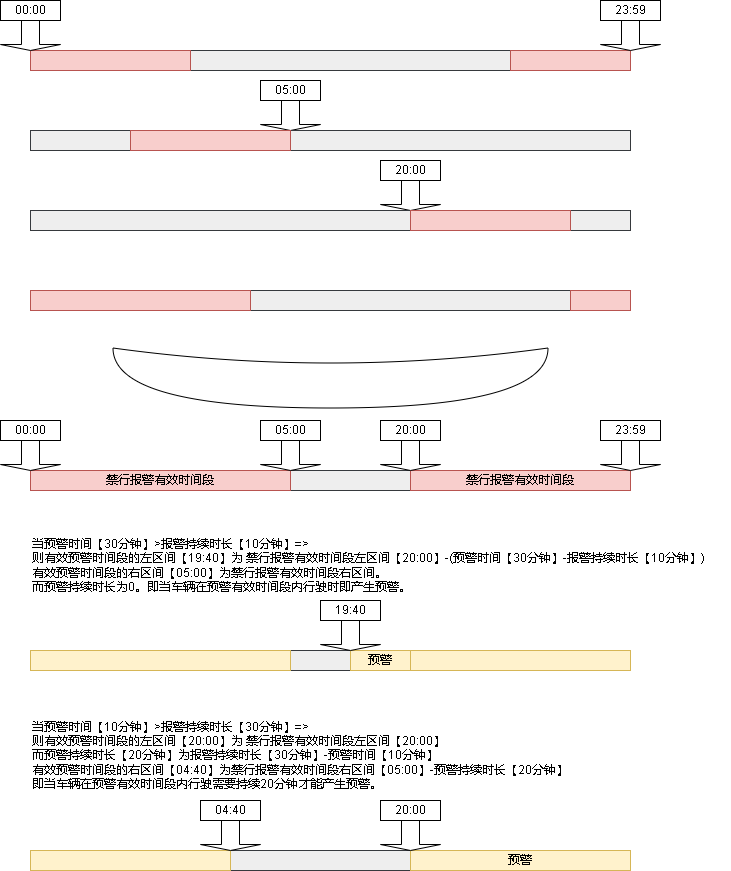
Above: 禁行.drawio.png in xktder/draw (draw.io), before the change. Source tidied: cells renumbered, new cells last; positions are measured from the earlier drawing's top-left corner, leaving out a move shared by most shapes.
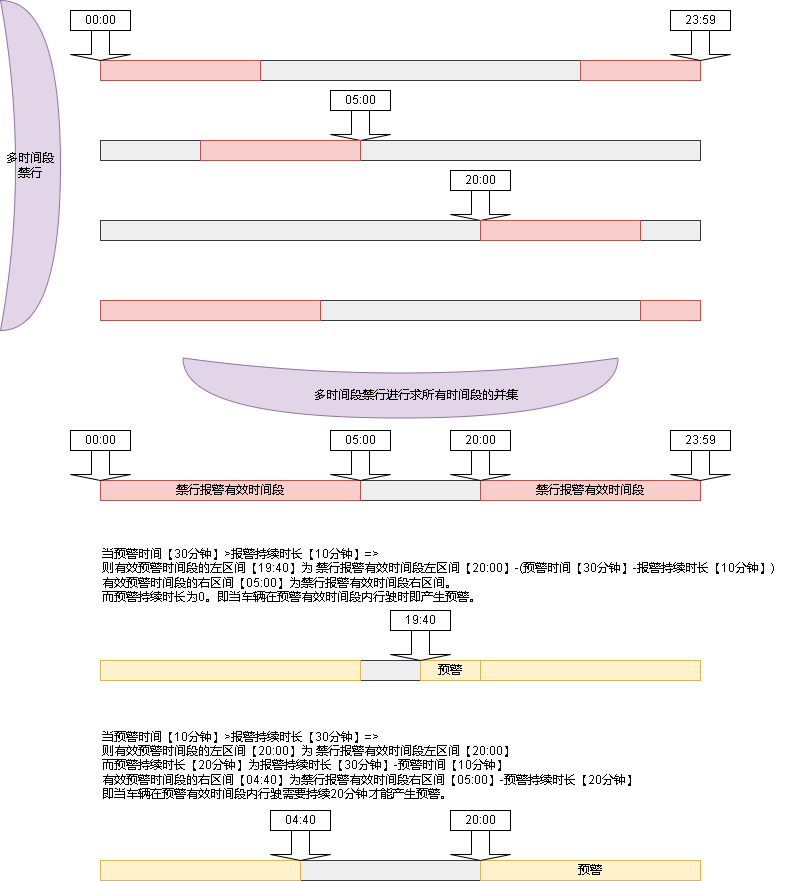
The same diagram one commit later.

What changed in the source:
```diff
@@ -56,7 +56,7 @@
     <mxCell id="19" style="rounded=0;whiteSpace=wrap;html=1;fillColor=#f8cecc;strokeColor=#b85450;" parent="1" vertex="1">
       <mxGeometry x="570" y="290" width="60" height="20" as="geometry" />
     </mxCell>
-    <mxCell id="20" style="shape=xor;whiteSpace=wrap;html=1;rotation=90;" parent="1" vertex="1">
+    <mxCell id="20" style="shape=xor;whiteSpace=wrap;html=1;rotation=90;fillColor=#e1d5e7;strokeColor=#9673a6;" parent="1" vertex="1">
       <mxGeometry x="300" y="160" width="60" height="435" as="geometry" />
     </mxCell>
     <mxCell id="21" style="rounded=0;whiteSpace=wrap;html=1;fillColor=#eeeeee;strokeColor=#36393d;" parent="1" vertex="1">
@@ -137,5 +137,11 @@
     <mxCell id="46" value="04:40" style="rounded=0;whiteSpace=wrap;html=1;" parent="1" vertex="1">
       <mxGeometry x="200" y="800" width="60" height="20" as="geometry" />
     </mxCell>
+    <mxCell id="47" value="多时间段禁行" style="shape=xor;whiteSpace=wrap;html=1;fillColor=#e1d5e7;strokeColor=#9673a6;" parent="1" vertex="1">
+      <mxGeometry x="-70" y="-10" width="60" height="330" as="geometry" />
+    </mxCell>
+    <mxCell id="48" value="&lt;span style=&quot;background-color: rgb(225, 213, 231);&quot;&gt;多时间段禁行进行求所有时间段的并集&lt;/span&gt;" style="text;html=1;align=center;verticalAlign=middle;strokeColor=none;fillColor=none;" parent="1" vertex="1">
+      <mxGeometry x="230" y="370" width="230" height="30" as="geometry" />
+    </mxCell>
   </root>
 </mxGraphModel>
```
